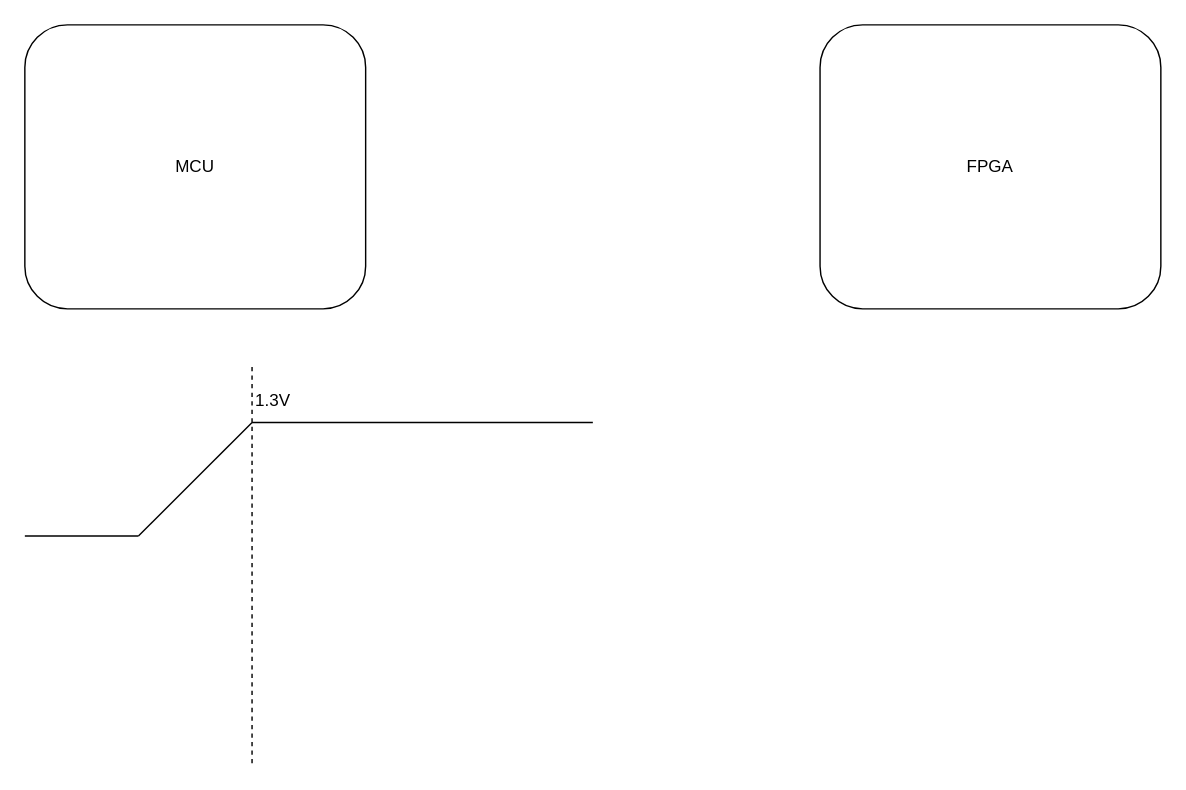
Earlier version of the draw.io diagram 未命名绘图.drawio (shenwangchong/learngit). Source tidied: cells renumbered, new cells numbered last; positions are measured from the earlier drawing's top-left corner, leaving out a move shared by most shapes. Both pictures are drawn from the tidied source at 142%, with x=0, y=0 at pixel (24, 24).
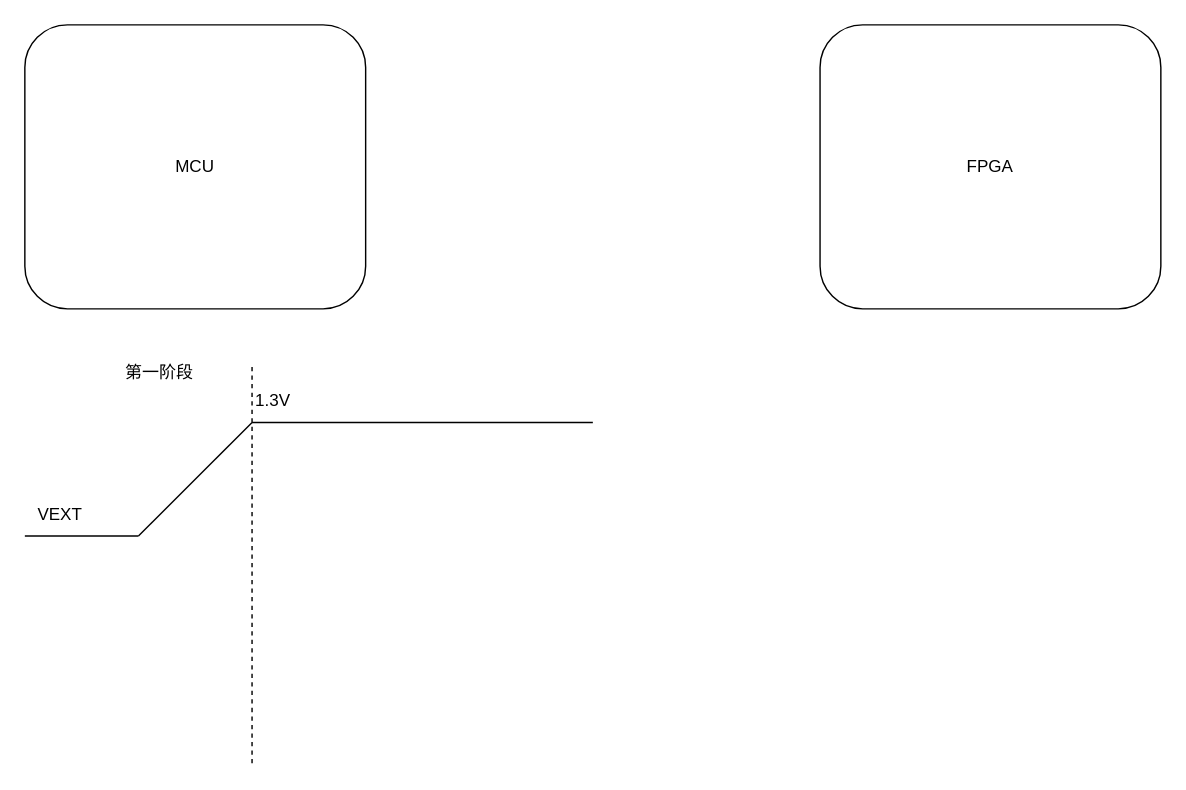
After the change.

Commit message:
更新未命名绘图.drawio

Diff of the diagram source:
```diff
@@
 <mxGraphModel>
   <root>
     <mxCell id="0" />
     <mxCell id="1" parent="0" />
     <mxCell id="2" value="MCU" style="rounded=1;whiteSpace=wrap;html=1;roundedPerimeter=1;" parent="1" vertex="1">
       <mxGeometry width="240" height="200" as="geometry" />
     </mxCell>
     <mxCell id="3" value="FPGA" style="rounded=1;whiteSpace=wrap;html=1;roundedPerimeter=1;" parent="1" vertex="1">
       <mxGeometry x="560" width="240" height="200" as="geometry" />
     </mxCell>
     <mxCell id="4" style="endArrow=none;html=1;rounded=0;" parent="1" edge="1">
       <mxGeometry relative="1" as="geometry">
         <mxPoint y="360" as="sourcePoint" />
         <mxPoint x="80" y="360" as="targetPoint" />
       </mxGeometry>
     </mxCell>
     <mxCell id="5" style="endArrow=none;html=1;rounded=0;" parent="1" edge="1">
       <mxGeometry relative="1" as="geometry">
         <mxPoint x="80" y="360" as="sourcePoint" />
         <mxPoint x="160" y="280" as="targetPoint" />
       </mxGeometry>
     </mxCell>
     <mxCell id="6" style="endArrow=none;html=1;rounded=0;" parent="1" edge="1">
       <mxGeometry relative="1" as="geometry">
         <mxPoint x="160" y="280" as="sourcePoint" />
         <mxPoint x="400" y="280" as="targetPoint" />
       </mxGeometry>
     </mxCell>
     <mxCell id="7" style="endArrow=none;dashed=1;html=1;rounded=0;" parent="1" edge="1">
       <mxGeometry relative="1" as="geometry">
         <mxPoint x="160" y="520" as="sourcePoint" />
         <mxPoint x="160" y="240" as="targetPoint" />
       </mxGeometry>
     </mxCell>
     <mxCell id="8" value="1.3V" style="text;html=1;whiteSpace=wrap;strokeColor=none;fillColor=none;align=center;verticalAlign=middle;rounded=0;" parent="1" vertex="1">
       <mxGeometry x="150" y="250" width="50" height="30" as="geometry" />
     </mxCell>
+    <mxCell id="9" value="VEXT" style="text;html=1;whiteSpace=wrap;strokeColor=none;fillColor=none;align=center;verticalAlign=middle;rounded=0;" parent="1" vertex="1">
+      <mxGeometry y="330" width="50" height="30" as="geometry" />
+    </mxCell>
+    <mxCell id="10" value="第一阶段" style="text;html=1;whiteSpace=wrap;strokeColor=none;fillColor=none;align=center;verticalAlign=middle;rounded=0;" parent="1" vertex="1">
+      <mxGeometry x="60" y="230" width="70" height="30" as="geometry" />
+    </mxCell>
   </root>
 </mxGraphModel>
```
